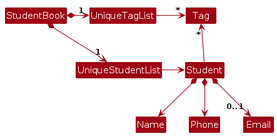
Earlier version of the PlantUML export diagrams/BetterModelClassDiagram.png (CJBuzz/tp). Its source is kept beside it as diagrams/BetterModelClassDiagram.puml.
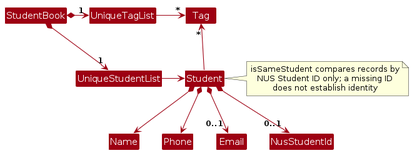
After the commit.

What changed in the source:
```diff
@@ -17,4 +17,11 @@
 Student *--> Name
 Student *--> Phone
 Student *--> "0..1" Email
+Student *--> "0..1" NusStudentId
+
+note right of Student
+  isSameStudent compares records by
+  NUS Student ID only; a missing ID
+  does not establish identity
+end note
 @enduml
```
